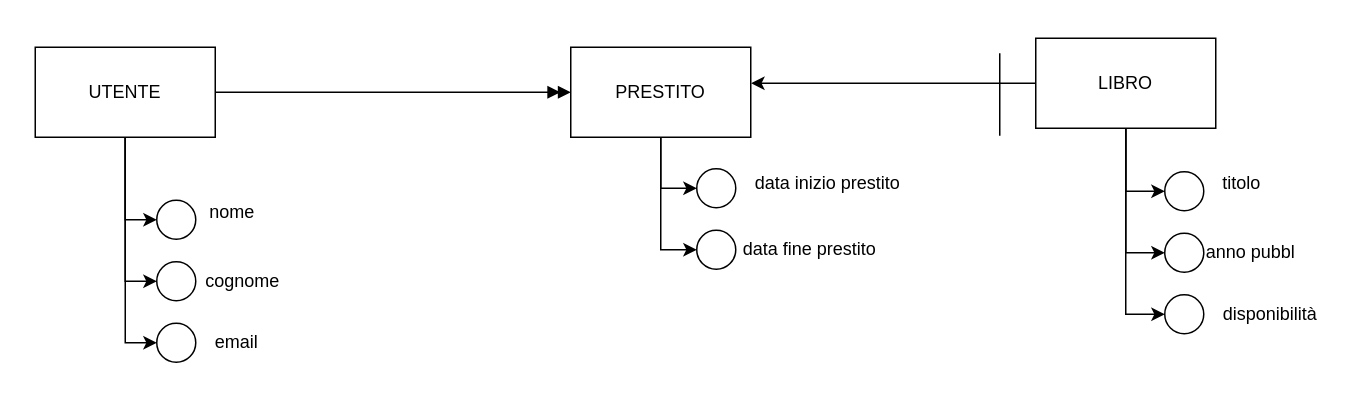
Above: Presiti libri.drawio in andreadecola/GestioniLibri_I-M (draw.io), before the change. Source tidied: cells renumbered, new cells numbered last; positions are measured from the earlier drawing's top-left corner, leaving out a move shared by most shapes. Both pictures are drawn from the tidied source at 150%, with x=0, y=0 at pixel (34, 38).
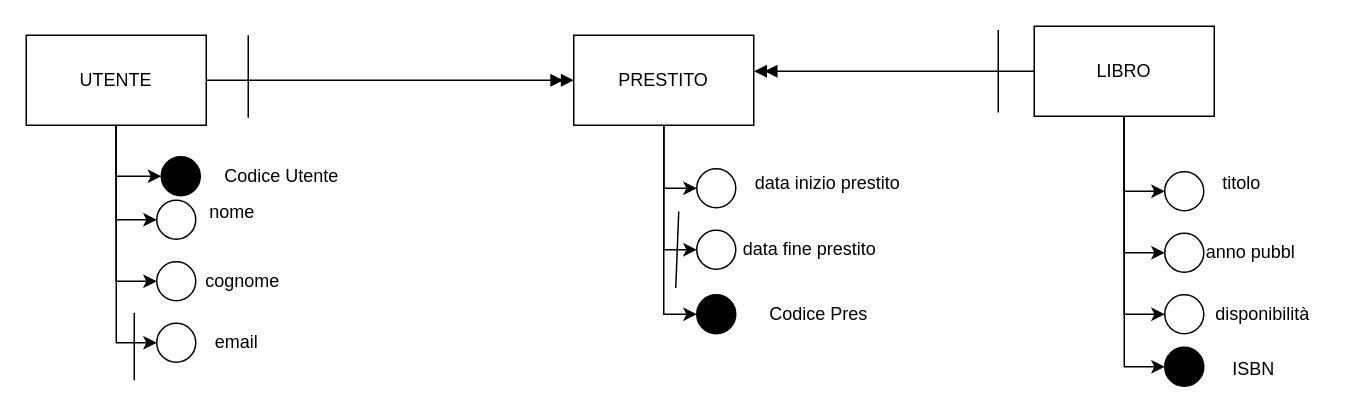
After the change.

Change to the diagram source:
```diff
@@
+    <mxCell id="32" style="edgeStyle=orthogonalEdgeStyle;rounded=0;jettySize=auto;html=1;exitX=0.5;exitY=1;exitDx=0;exitDy=0;entryX=0;entryY=0.5;entryDx=0;entryDy=0;" parent="1" edge="1" source="6" target="36">
+      <mxGeometry relative="1" as="geometry" />
+    </mxCell>
     <mxCell id="6" value="UTENTE" style="rounded=0;whiteSpace=wrap;html=1;" parent="1" vertex="1">
-      <mxGeometry y="6" width="120" height="60" as="geometry" />
+      <mxGeometry x="-6" y="-2" width="120" height="60" as="geometry" />
     </mxCell>
@@
+    <mxCell id="33" style="edgeStyle=orthogonalEdgeStyle;rounded=0;jettySize=auto;html=1;exitX=0.5;exitY=1;exitDx=0;exitDy=0;entryX=0;entryY=0.5;entryDx=0;entryDy=0;" parent="1" edge="1" source="10" target="42">
+      <mxGeometry relative="1" as="geometry" />
+    </mxCell>
     <mxCell id="10" value="LIBRO" style="rounded=0;whiteSpace=wrap;html=1;" parent="1" vertex="1">
-      <mxGeometry x="667" width="120" height="60" as="geometry" />
+      <mxGeometry x="666" y="-8" width="120" height="60" as="geometry" />
     </mxCell>
@@
+    <mxCell id="34" style="edgeStyle=orthogonalEdgeStyle;rounded=0;jettySize=auto;html=1;exitX=0.5;exitY=1;exitDx=0;exitDy=0;entryX=0;entryY=0.5;entryDx=0;entryDy=0;" parent="1" edge="1" source="13" target="40">
+      <mxGeometry relative="1" as="geometry" />
+    </mxCell>
     <mxCell id="13" value="PRESTITO" style="rounded=0;whiteSpace=wrap;html=1;" parent="1" vertex="1">
-      <mxGeometry x="357" y="6" width="120" height="60" as="geometry" />
+      <mxGeometry x="359" y="-2" width="120" height="60" as="geometry" />
     </mxCell>
@@
     <mxCell id="25" value="disponibilità" style="text;html=1;align=center;verticalAlign=middle;strokeColor=none;fillColor=none;" parent="1" vertex="1">
-      <mxGeometry x="782.5" y="171" width="81" height="26" as="geometry" />
+      <mxGeometry x="777" y="171" width="81" height="26" as="geometry" />
     </mxCell>
@@
-    <mxCell id="30" style="edgeStyle=orthogonalEdgeStyle;rounded=0;jettySize=auto;html=1;exitX=0;exitY=0.5;exitDx=0;exitDy=0;entryX=1.002;entryY=0.4;entryDx=0;entryDy=0;entryPerimeter=0;" parent="1" edge="1" source="10" target="13">
+    <mxCell id="30" style="edgeStyle=orthogonalEdgeStyle;rounded=0;jettySize=auto;html=1;exitX=0;exitY=0.5;exitDx=0;exitDy=0;entryX=1.002;entryY=0.4;entryDx=0;entryDy=0;entryPerimeter=0;endArrow=doubleBlock;endFill=1;" parent="1" edge="1" source="10" target="13">
       <mxGeometry relative="1" as="geometry" />
     </mxCell>
-    <mxCell id="31" style="endArrow=none;html=1;rounded=0;" parent="1" edge="1">
-      <mxGeometry relative="1" as="geometry">
-        <mxPoint x="643" y="65" as="sourcePoint" />
-        <mxPoint x="643" y="10" as="targetPoint" />
-      </mxGeometry>
-    </mxCell>
+    <mxCell id="35" style="endArrow=none;html=1;rounded=0;" parent="1" edge="1">
+      <mxGeometry relative="1" as="geometry">
+        <mxPoint x="642" y="49.5" as="sourcePoint" />
+        <mxPoint x="642" y="-5.5" as="targetPoint" />
+      </mxGeometry>
+    </mxCell>
+    <mxCell id="36" style="ellipse;whiteSpace=wrap;html=1;fillColor=#000000;" parent="1" vertex="1">
+      <mxGeometry x="84" y="79" width="26" height="26" as="geometry" />
+    </mxCell>
+    <mxCell id="37" value="Codice Utente" style="text;html=1;align=center;verticalAlign=middle;strokeColor=none;fillColor=none;" parent="1" vertex="1">
+      <mxGeometry x="117" y="79" width="94" height="26" as="geometry" />
+    </mxCell>
+    <mxCell id="38" style="endArrow=none;html=1;rounded=0;" parent="1" edge="1">
+      <mxGeometry relative="1" as="geometry">
+        <mxPoint x="66" y="228" as="sourcePoint" />
+        <mxPoint x="66" y="183" as="targetPoint" />
+      </mxGeometry>
+    </mxCell>
+    <mxCell id="39" style="endArrow=none;html=1;rounded=0;" parent="1" edge="1">
+      <mxGeometry relative="1" as="geometry">
+        <mxPoint x="427" y="166.5" as="sourcePoint" />
+        <mxPoint x="429" y="115.5" as="targetPoint" />
+      </mxGeometry>
+    </mxCell>
+    <mxCell id="40" style="ellipse;whiteSpace=wrap;html=1;fillColor=#000000;" parent="1" vertex="1">
+      <mxGeometry x="441" y="171" width="26" height="26" as="geometry" />
+    </mxCell>
+    <mxCell id="41" value="Codice Pres" style="text;html=1;align=center;verticalAlign=middle;strokeColor=none;fillColor=none;" parent="1" vertex="1">
+      <mxGeometry x="480" y="171" width="83" height="26" as="geometry" />
+    </mxCell>
+    <mxCell id="42" style="ellipse;whiteSpace=wrap;html=1;fillColor=#000000;" parent="1" vertex="1">
+      <mxGeometry x="753" y="206" width="26" height="26" as="geometry" />
+    </mxCell>
+    <mxCell id="43" value="ISBN" style="text;html=1;align=center;verticalAlign=middle;strokeColor=none;fillColor=none;" parent="1" vertex="1">
+      <mxGeometry x="789" y="208" width="46" height="26" as="geometry" />
+    </mxCell>
+    <mxCell id="44" style="endArrow=none;html=1;rounded=0;" parent="1" edge="1">
+      <mxGeometry relative="1" as="geometry">
+        <mxPoint x="142" y="53" as="sourcePoint" />
+        <mxPoint x="142" y="-2" as="targetPoint" />
+      </mxGeometry>
+    </mxCell>
```
